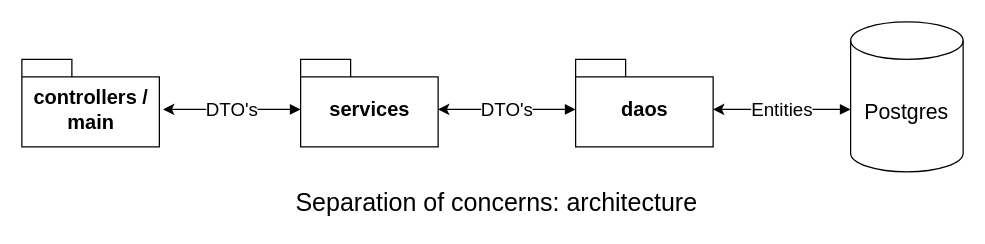
Before: docs/projects/sp-1-movie-repo/images/architecture.drawio in dat3Cph/spring2025, a draw.io diagram. Source tidied: cells renumbered, new cells numbered last; positions are measured from the earlier drawing's top-left corner, leaving out a move shared by most shapes. Both pictures are drawn from the tidied source at 125%, with x=0, y=0 at pixel (21, 21).
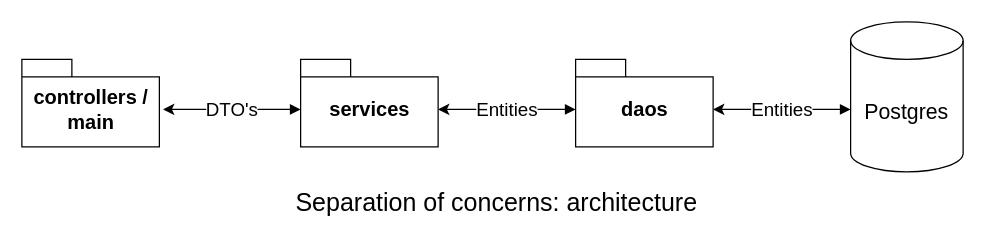
Above is the later version.

What changed in the source:
```diff
@@
 <mxGraphModel>
   <root>
     <mxCell id="0" />
     <mxCell id="1" parent="0" />
-    <mxCell id="2" value="&lt;font style=&quot;font-size: 15px;&quot;&gt;DTO's&lt;/font&gt;" style="edgeStyle=orthogonalEdgeStyle;rounded=0;jettySize=auto;html=1;startArrow=block;startFill=1;endArrow=classic;endFill=1;" parent="1" edge="1" source="3" target="4">
+    <mxCell id="2" value="&lt;font style=&quot;font-size: 15px;&quot;&gt;Entities&lt;/font&gt;" style="edgeStyle=orthogonalEdgeStyle;rounded=0;jettySize=auto;html=1;startArrow=block;startFill=1;endArrow=classic;endFill=1;" parent="1" edge="1" source="3" target="4">
       <mxGeometry relative="1" as="geometry">
         <Array as="points">
           <mxPoint x="383" y="70" />
           <mxPoint x="383" y="70" />
         </Array>
       </mxGeometry>
     </mxCell>
     <mxCell id="3" value="&lt;font style=&quot;font-size: 16px;&quot;&gt;daos&lt;/font&gt;" style="shape=folder;fontStyle=1;spacingTop=10;tabWidth=40;tabHeight=14;tabPosition=left;html=1;" parent="1" vertex="1">
       <mxGeometry x="443" y="30" width="110" height="70" as="geometry" />
     </mxCell>
     <mxCell id="4" value="&lt;font style=&quot;font-size: 16px;&quot;&gt;services&lt;/font&gt;" style="shape=folder;fontStyle=1;spacingTop=10;tabWidth=40;tabHeight=14;tabPosition=left;html=1;" parent="1" vertex="1">
       <mxGeometry x="223" y="30" width="110" height="70" as="geometry" />
     </mxCell>
     <mxCell id="5" value="&lt;font style=&quot;font-size: 17px;&quot;&gt;Postgres&lt;/font&gt;" style="shape=cylinder3;whiteSpace=wrap;html=1;boundedLbl=1;backgroundOutline=1;size=15;" parent="1" vertex="1">
       <mxGeometry x="663" width="90" height="120" as="geometry" />
     </mxCell>
     <mxCell id="6" value="&lt;font style=&quot;font-size: 15px;&quot;&gt;Entities&lt;/font&gt;" style="edgeStyle=orthogonalEdgeStyle;rounded=0;orthogonalLoop=1;jettySize=auto;html=1;startArrow=block;startFill=1;endArrow=classic;endFill=1;" parent="1" edge="1">
       <mxGeometry relative="1" as="geometry">
         <mxPoint x="663" y="70" as="sourcePoint" />
         <mxPoint x="553" y="70" as="targetPoint" />
         <Array as="points">
           <mxPoint x="603" y="70" />
           <mxPoint x="603" y="70" />
         </Array>
       </mxGeometry>
     </mxCell>
     <mxCell id="7" value="&lt;font style=&quot;font-size: 16px;&quot;&gt;controllers /&lt;br&gt;main&lt;br&gt;&lt;/font&gt;" style="shape=folder;fontStyle=1;spacingTop=10;tabWidth=40;tabHeight=14;tabPosition=left;html=1;" parent="1" vertex="1">
       <mxGeometry y="30" width="110" height="70" as="geometry" />
     </mxCell>
     <mxCell id="8" value="&lt;font style=&quot;font-size: 15px;&quot;&gt;DTO's&lt;/font&gt;" style="edgeStyle=orthogonalEdgeStyle;rounded=0;orthogonalLoop=1;jettySize=auto;html=1;startArrow=block;startFill=1;endArrow=classic;endFill=1;" parent="1" edge="1">
       <mxGeometry relative="1" as="geometry">
         <mxPoint x="223" y="70" as="sourcePoint" />
         <mxPoint x="113" y="70" as="targetPoint" />
         <Array as="points">
           <mxPoint x="163" y="70" />
           <mxPoint x="163" y="70" />
         </Array>
       </mxGeometry>
     </mxCell>
     <mxCell id="9" value="&lt;font style=&quot;font-size: 20px;&quot;&gt;Separation of concerns: architecture&lt;/font&gt;" style="text;html=1;strokeColor=none;fillColor=none;align=center;verticalAlign=middle;whiteSpace=wrap;rounded=0;fontSize=17;" parent="1" vertex="1">
       <mxGeometry x="140" y="130" width="480" height="30" as="geometry" />
     </mxCell>
   </root>
 </mxGraphModel>
```
